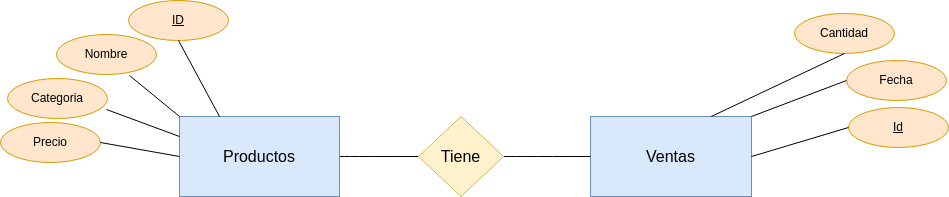
Earlier version of the draw.io export Unidad-5/Sqlite3/Tarea4/Mr.drawio.png (JVC0/Base-Datos). Source tidied: cells renumbered, new cells last; positions are measured from the earlier drawing's top-left corner, leaving out a move shared by most shapes. Its diagram source:
```xml
<mxGraphModel background="#FFFFFF">
  <root>
    <mxCell id="0" />
    <mxCell id="1" parent="0" />
    <mxCell id="2" style="edgeStyle=none;curved=1;rounded=0;jettySize=auto;html=1;entryX=0;entryY=0.5;entryDx=0;entryDy=0;fontSize=12;startSize=8;endSize=8;endArrow=none;endFill=0;" parent="1" edge="1" source="3" target="6">
      <mxGeometry relative="1" as="geometry" />
    </mxCell>
    <mxCell id="3" value="Productos" style="rounded=0;whiteSpace=wrap;html=1;fontSize=16;fillColor=#dae8fc;strokeColor=#6c8ebf;" parent="1" vertex="1">
      <mxGeometry x="179" y="116" width="160" height="80" as="geometry" />
    </mxCell>
    <mxCell id="4" value="Ventas" style="whiteSpace=wrap;html=1;fontSize=16;fillColor=#dae8fc;strokeColor=#6c8ebf;" parent="1" vertex="1">
      <mxGeometry x="590" y="116" width="161" height="80" as="geometry" />
    </mxCell>
    <mxCell id="5" style="edgeStyle=none;curved=1;rounded=0;jettySize=auto;html=1;entryX=0;entryY=0.5;entryDx=0;entryDy=0;fontSize=12;startSize=8;endSize=8;endArrow=none;endFill=0;" parent="1" edge="1" source="6" target="4">
      <mxGeometry relative="1" as="geometry" />
    </mxCell>
    <mxCell id="6" value="Tiene" style="rhombus;whiteSpace=wrap;html=1;fontSize=16;fillColor=#fff2cc;strokeColor=#d6b656;" parent="1" vertex="1">
      <mxGeometry x="418" y="116" width="85" height="80" as="geometry" />
    </mxCell>
    <mxCell id="7" value="ID" style="ellipse;whiteSpace=wrap;html=1;align=center;fontStyle=4;fillColor=#ffe6cc;strokeColor=#d79b00;" parent="1" vertex="1">
      <mxGeometry x="128" width="100" height="40" as="geometry" />
    </mxCell>
    <mxCell id="8" value="Nombre" style="ellipse;whiteSpace=wrap;html=1;align=center;fillColor=#ffe6cc;strokeColor=#d79b00;" parent="1" vertex="1">
      <mxGeometry x="56" y="34" width="100" height="40" as="geometry" />
    </mxCell>
    <mxCell id="9" value="Categoria" style="ellipse;whiteSpace=wrap;html=1;align=center;fillColor=#ffe6cc;strokeColor=#d79b00;" parent="1" vertex="1">
      <mxGeometry x="7" y="78" width="100" height="40" as="geometry" />
    </mxCell>
    <mxCell id="10" value="Precio" style="ellipse;whiteSpace=wrap;html=1;align=center;fillColor=#ffe6cc;strokeColor=#d79b00;" parent="1" vertex="1">
      <mxGeometry y="122" width="100" height="40" as="geometry" />
    </mxCell>
    <mxCell id="11" style="endArrow=none;html=1;rounded=0;entryX=0.5;entryY=1;entryDx=0;entryDy=0;exitX=0.25;exitY=0;exitDx=0;exitDy=0;" parent="1" edge="1" source="3" target="7">
      <mxGeometry relative="1" as="geometry" />
    </mxCell>
    <mxCell id="12" style="endArrow=none;html=1;rounded=0;exitX=0;exitY=0.5;exitDx=0;exitDy=0;entryX=1;entryY=0.5;entryDx=0;entryDy=0;" parent="1" edge="1" source="3" target="10">
      <mxGeometry relative="1" as="geometry" />
    </mxCell>
    <mxCell id="13" style="endArrow=none;html=1;rounded=0;entryX=0.73;entryY=1.025;entryDx=0;entryDy=0;entryPerimeter=0;exitX=0;exitY=0;exitDx=0;exitDy=0;" parent="1" edge="1" source="3" target="8">
      <mxGeometry relative="1" as="geometry" />
    </mxCell>
    <mxCell id="14" style="endArrow=none;html=1;rounded=0;exitX=0.99;exitY=0.775;exitDx=0;exitDy=0;exitPerimeter=0;entryX=0;entryY=0.25;entryDx=0;entryDy=0;" parent="1" edge="1" source="9" target="3">
      <mxGeometry relative="1" as="geometry" />
    </mxCell>
    <mxCell id="15" value="Id" style="ellipse;whiteSpace=wrap;html=1;align=center;fontStyle=4;fillColor=#ffe6cc;strokeColor=#d79b00;" parent="1" vertex="1">
      <mxGeometry x="848" y="107" width="100" height="40" as="geometry" />
    </mxCell>
    <mxCell id="16" value="Fecha" style="ellipse;whiteSpace=wrap;html=1;align=center;fillColor=#ffe6cc;strokeColor=#d79b00;" parent="1" vertex="1">
      <mxGeometry x="846" y="60" width="100" height="40" as="geometry" />
    </mxCell>
    <mxCell id="17" value="Cantidad" style="ellipse;whiteSpace=wrap;html=1;align=center;fillColor=#ffe6cc;strokeColor=#d79b00;" parent="1" vertex="1">
      <mxGeometry x="794" y="13" width="100" height="40" as="geometry" />
    </mxCell>
    <mxCell id="18" style="endArrow=none;html=1;rounded=0;entryX=0.5;entryY=1;entryDx=0;entryDy=0;exitX=0.75;exitY=0;exitDx=0;exitDy=0;" parent="1" edge="1" source="4" target="17">
      <mxGeometry relative="1" as="geometry" />
    </mxCell>
    <mxCell id="19" style="endArrow=none;html=1;rounded=0;entryX=0;entryY=0.5;entryDx=0;entryDy=0;exitX=1;exitY=0;exitDx=0;exitDy=0;" parent="1" edge="1" source="4" target="16">
      <mxGeometry relative="1" as="geometry" />
    </mxCell>
    <mxCell id="20" style="endArrow=none;html=1;rounded=0;entryX=0;entryY=0.5;entryDx=0;entryDy=0;exitX=1;exitY=0.5;exitDx=0;exitDy=0;" parent="1" edge="1" source="4" target="15">
      <mxGeometry relative="1" as="geometry" />
    </mxCell>
  </root>
</mxGraphModel>
```
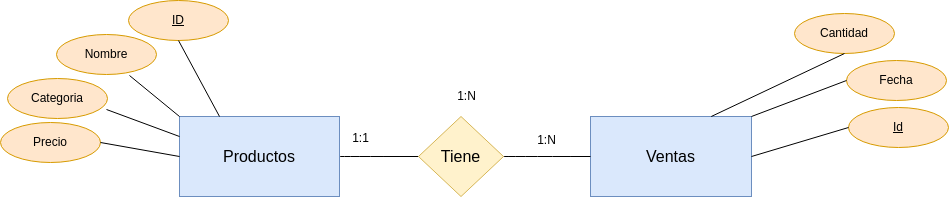
After the commit.

What changed in the source:
```diff
@@ -59,5 +59,14 @@
     <mxCell id="20" style="endArrow=none;html=1;rounded=0;entryX=0;entryY=0.5;entryDx=0;entryDy=0;exitX=1;exitY=0.5;exitDx=0;exitDy=0;" parent="1" edge="1" source="4" target="15">
       <mxGeometry relative="1" as="geometry" />
     </mxCell>
+    <mxCell id="21" value="1:1" style="text;html=1;align=center;verticalAlign=middle;strokeColor=none;fillColor=none;" parent="1" vertex="1">
+      <mxGeometry x="342" y="125" width="35" height="26" as="geometry" />
+    </mxCell>
+    <mxCell id="22" value="1:N" style="text;html=1;align=center;verticalAlign=middle;strokeColor=none;fillColor=none;" parent="1" vertex="1">
+      <mxGeometry x="527" y="127" width="37" height="26" as="geometry" />
+    </mxCell>
+    <mxCell id="23" value="1:N" style="text;html=1;align=center;verticalAlign=middle;strokeColor=none;fillColor=none;" parent="1" vertex="1">
+      <mxGeometry x="447" y="83" width="37" height="26" as="geometry" />
+    </mxCell>
   </root>
 </mxGraphModel>
```
